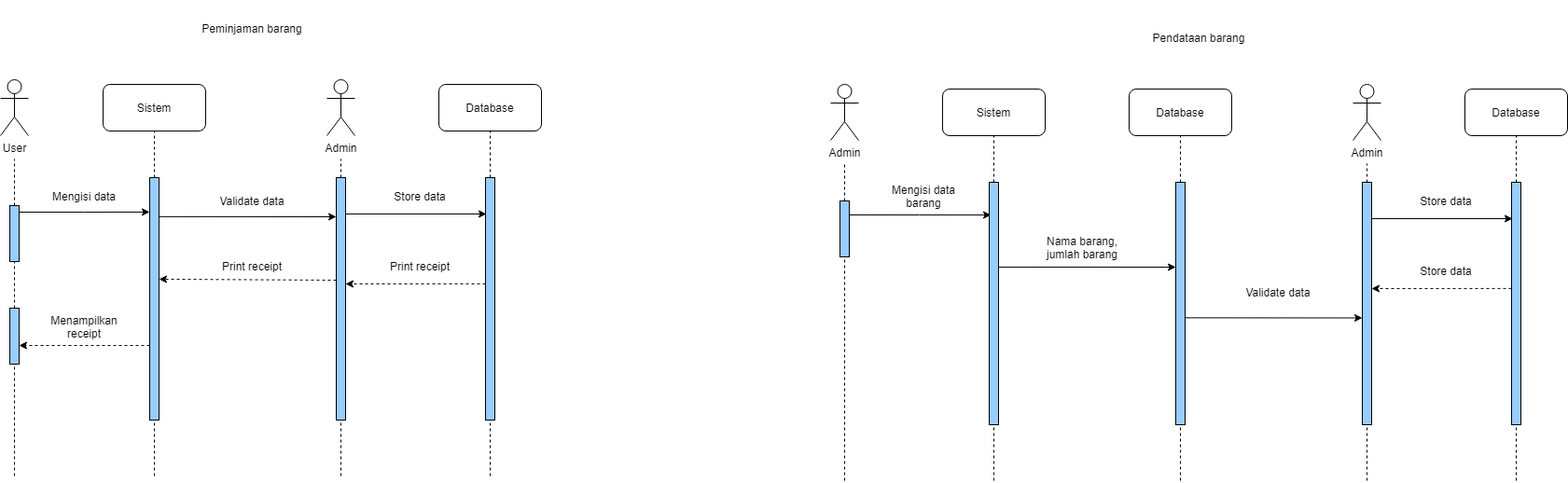
This is diagrams/Sequence Diagram.drawio.png from johannfac/aplikasipeminjamanaset, a draw.io export, as it was before one commit. Source tidied: cells renumbered, new cells last; positions are measured from the earlier drawing's top-left corner, leaving out a move shared by most shapes.
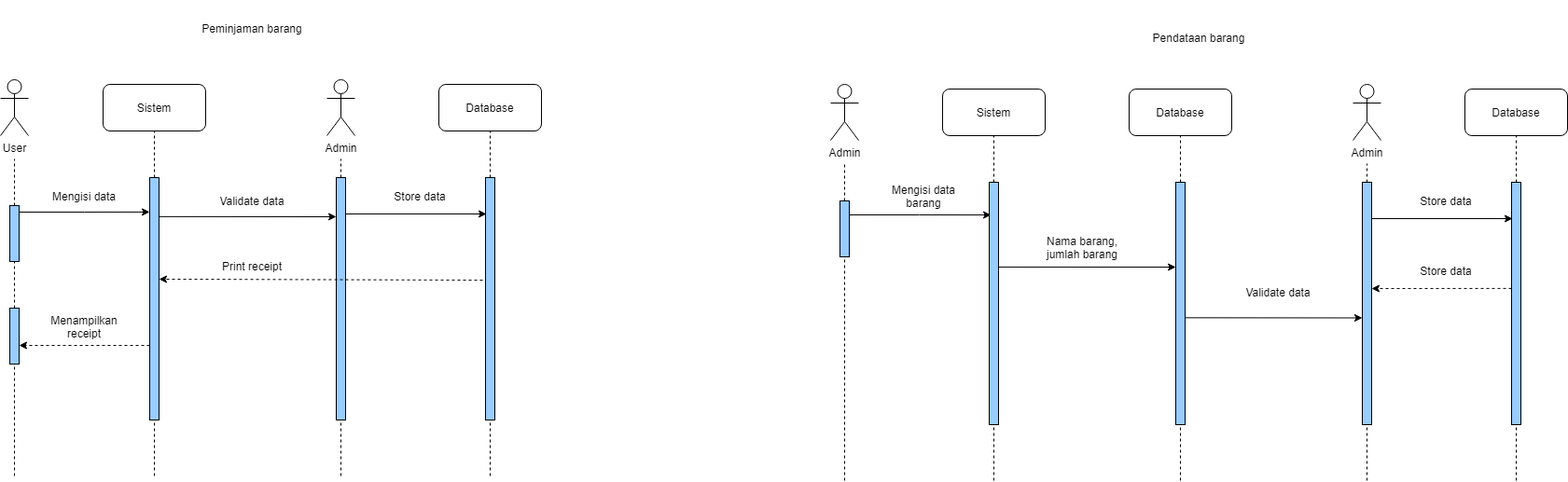
The same file after the commit.

Diff of the diagram source:
```diff
@@ -90,14 +90,6 @@
     <mxCell id="25" style="endArrow=classic;html=1;rounded=0;entryX=0.1;entryY=0.15;entryDx=0;entryDy=0;entryPerimeter=0;exitX=1;exitY=0.15;exitDx=0;exitDy=0;exitPerimeter=0;" parent="1" edge="1" source="19" target="12">
       <mxGeometry relative="1" as="geometry" />
     </mxCell>
-    <mxCell id="26" style="endArrow=classic;html=1;rounded=0;exitX=0;exitY=0.438;exitDx=0;exitDy=0;exitPerimeter=0;dashed=1;" parent="1" edge="1" source="12">
-      <mxGeometry relative="1" as="geometry">
-        <mxPoint x="370" y="304" as="targetPoint" />
-      </mxGeometry>
-    </mxCell>
-    <mxCell id="27" value="Print receipt" style="text;html=1;strokeColor=none;fillColor=none;align=center;verticalAlign=middle;whiteSpace=wrap;rounded=0;" parent="1" vertex="1">
-      <mxGeometry x="400" y="270" width="100" height="30" as="geometry" />
-    </mxCell>
     <mxCell id="28" style="rounded=0;whiteSpace=wrap;html=1;fillColor=#99CCFF;" parent="1" vertex="1">
       <mxGeometry x="10" y="330" width="10" height="60" as="geometry" />
     </mxCell>
@@ -118,10 +110,8 @@
     <mxCell id="33" value="Database" style="rounded=1;whiteSpace=wrap;html=1;" parent="1" vertex="1">
       <mxGeometry x="1570" y="95" width="110" height="50" as="geometry" />
     </mxCell>
-    <mxCell id="34" style="endArrow=classic;html=1;rounded=0;exitX=0;exitY=0.438;exitDx=0;exitDy=0;exitPerimeter=0;dashed=1;entryX=1;entryY=0.419;entryDx=0;entryDy=0;entryPerimeter=0;" parent="1" edge="1" target="17">
-      <mxGeometry relative="1" as="geometry">
-        <mxPoint x="360" y="300" as="sourcePoint" />
-      </mxGeometry>
+    <mxCell id="34" style="endArrow=classic;html=1;rounded=0;exitX=-0.3;exitY=0.423;exitDx=0;exitDy=0;exitPerimeter=0;dashed=1;entryX=1;entryY=0.419;entryDx=0;entryDy=0;entryPerimeter=0;" parent="1" edge="1" source="12" target="17">
+      <mxGeometry relative="1" as="geometry" />
     </mxCell>
     <mxCell id="35" value="Admin" style="shape=umlActor;verticalLabelPosition=bottom;verticalAlign=top;html=1;" parent="1" vertex="1">
       <mxGeometry x="890" y="90" width="30" height="60" as="geometry" />
```
